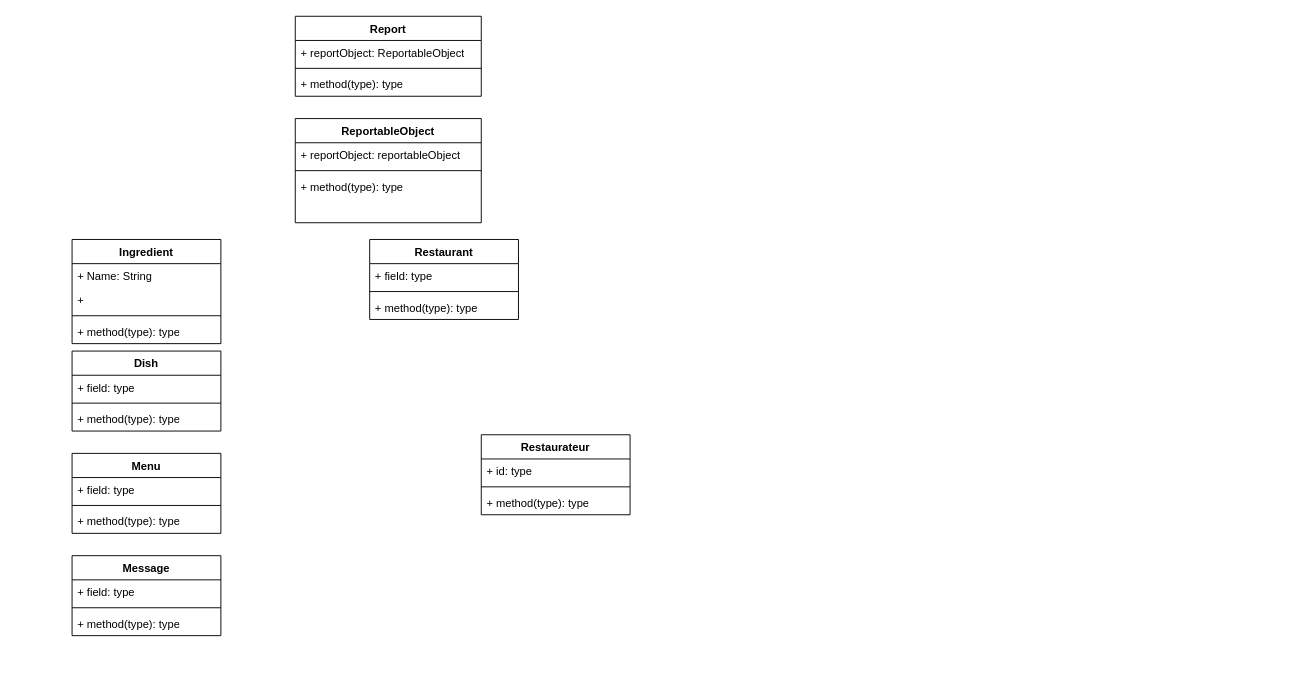
This is 3 Design/Class Diagram - Add dish.drawio from CristianaGiustiniani/ProgettoISPW, a draw.io file, before an edit. Source tidied: cells renumbered, new cells numbered last; positions are measured from the earlier drawing's top-left corner, leaving out a move shared by most shapes. Both pictures are drawn from the tidied source at 93%, with x=0, y=0 at pixel (72, 16).
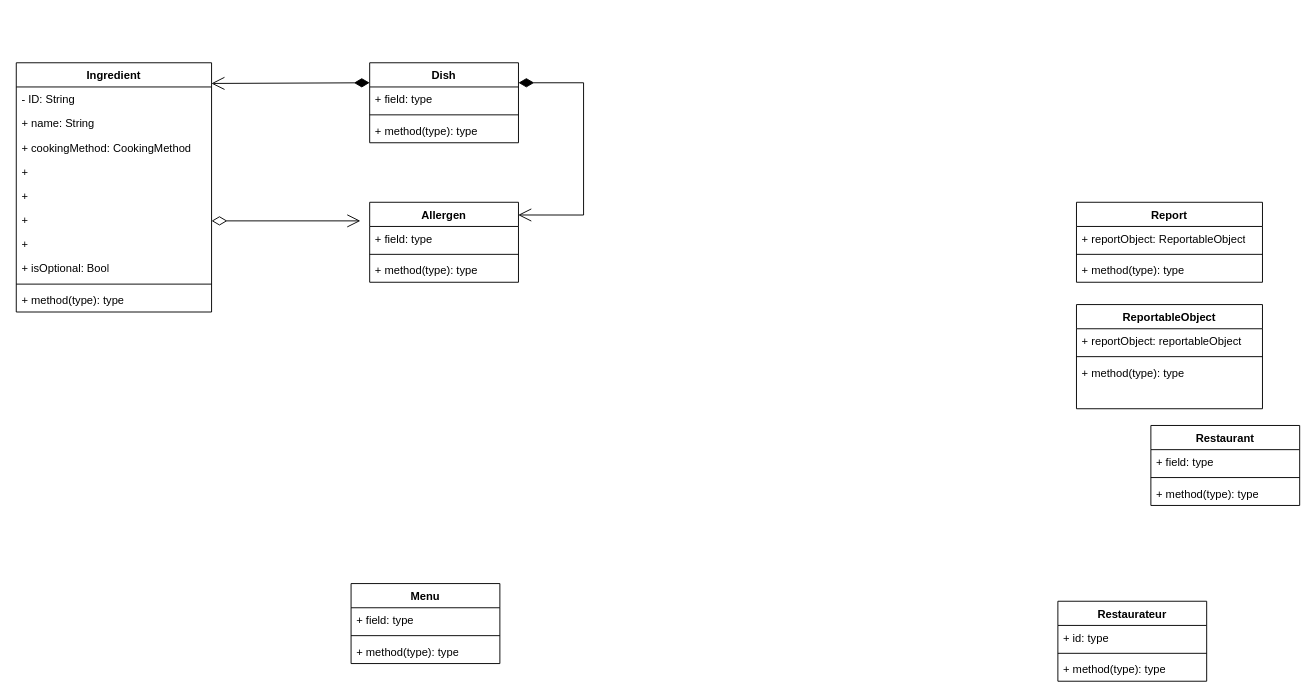
Above is the later version.

What changed in the source:
```diff
@@
     <mxCell id="2" value="Restaurant" style="swimlane;fontStyle=1;align=center;verticalAlign=top;horizontal=1;startSize=26;whiteSpace=wrap;html=1;" parent="1" vertex="1">
-      <mxGeometry x="320" y="240" width="160" height="86" as="geometry" />
+      <mxGeometry x="1160" y="440" width="160" height="86" as="geometry" />
     </mxCell>
@@
     <mxCell id="6" value="Ingredient" style="swimlane;fontStyle=1;align=center;verticalAlign=top;horizontal=1;startSize=26;whiteSpace=wrap;html=1;" parent="1" vertex="1">
-      <mxGeometry y="240" width="160" height="112" as="geometry" />
+      <mxGeometry x="-60" y="50" width="210" height="268" as="geometry" />
     </mxCell>
-    <mxCell id="7" value="+ Name: String" style="text;strokeColor=none;fillColor=none;align=left;verticalAlign=top;spacingLeft=4;spacingRight=4;overflow=hidden;whiteSpace=wrap;html=1;" parent="6" vertex="1">
-      <mxGeometry y="26" width="160" height="26" as="geometry" />
+    <mxCell id="7" value="- ID: String" style="text;strokeColor=none;fillColor=none;align=left;verticalAlign=top;spacingLeft=4;spacingRight=4;overflow=hidden;whiteSpace=wrap;html=1;" parent="6" vertex="1">
+      <mxGeometry y="26" width="210" height="26" as="geometry" />
     </mxCell>
-    <mxCell id="8" value="+" style="text;strokeColor=none;fillColor=none;align=left;verticalAlign=top;spacingLeft=4;spacingRight=4;overflow=hidden;whiteSpace=wrap;html=1;" parent="6" vertex="1">
-      <mxGeometry y="52" width="160" height="26" as="geometry" />
+    <mxCell id="8" value="+ name: String" style="text;strokeColor=none;fillColor=none;align=left;verticalAlign=top;spacingLeft=4;spacingRight=4;overflow=hidden;whiteSpace=wrap;html=1;" parent="6" vertex="1">
+      <mxGeometry y="52" width="210" height="26" as="geometry" />
     </mxCell>
+    <mxCell id="36" value="+ cookingMethod: CookingMethod" style="text;strokeColor=none;fillColor=none;align=left;verticalAlign=top;spacingLeft=4;spacingRight=4;overflow=hidden;whiteSpace=wrap;html=1;" parent="6" vertex="1">
+      <mxGeometry y="78" width="210" height="26" as="geometry" />
+    </mxCell>
+    <mxCell id="37" value="+&amp;nbsp;" style="text;strokeColor=none;fillColor=none;align=left;verticalAlign=top;spacingLeft=4;spacingRight=4;overflow=hidden;whiteSpace=wrap;html=1;" parent="6" vertex="1">
+      <mxGeometry y="104" width="210" height="26" as="geometry" />
+    </mxCell>
+    <mxCell id="38" value="+" style="text;strokeColor=none;fillColor=none;align=left;verticalAlign=top;spacingLeft=4;spacingRight=4;overflow=hidden;whiteSpace=wrap;html=1;" parent="6" vertex="1">
+      <mxGeometry y="130" width="210" height="26" as="geometry" />
+    </mxCell>
+    <mxCell id="39" value="+" style="text;strokeColor=none;fillColor=none;align=left;verticalAlign=top;spacingLeft=4;spacingRight=4;overflow=hidden;whiteSpace=wrap;html=1;" parent="6" vertex="1">
+      <mxGeometry y="156" width="210" height="26" as="geometry" />
+    </mxCell>
+    <mxCell id="40" value="+" style="text;strokeColor=none;fillColor=none;align=left;verticalAlign=top;spacingLeft=4;spacingRight=4;overflow=hidden;whiteSpace=wrap;html=1;" parent="6" vertex="1">
+      <mxGeometry y="182" width="210" height="26" as="geometry" />
+    </mxCell>
+    <mxCell id="41" value="+ isOptional: Bool" style="text;strokeColor=none;fillColor=none;align=left;verticalAlign=top;spacingLeft=4;spacingRight=4;overflow=hidden;whiteSpace=wrap;html=1;" parent="6" vertex="1">
+      <mxGeometry y="208" width="210" height="26" as="geometry" />
+    </mxCell>
     <mxCell id="9" style="line;strokeWidth=1;fillColor=none;align=left;verticalAlign=middle;spacingTop=-1;spacingLeft=3;spacingRight=3;labelPosition=right;strokeColor=inherit;" parent="6" vertex="1">
-      <mxGeometry y="78" width="160" height="8" as="geometry" />
+      <mxGeometry y="234" width="210" height="8" as="geometry" />
     </mxCell>
     <mxCell id="10" value="+ method(type): type" style="text;strokeColor=none;fillColor=none;align=left;verticalAlign=top;spacingLeft=4;spacingRight=4;overflow=hidden;whiteSpace=wrap;html=1;" parent="6" vertex="1">
-      <mxGeometry y="86" width="160" height="26" as="geometry" />
+      <mxGeometry y="242" width="210" height="26" as="geometry" />
     </mxCell>
     <mxCell id="11" value="Menu" style="swimlane;fontStyle=1;align=center;verticalAlign=top;horizontal=1;startSize=26;whiteSpace=wrap;html=1;" parent="1" vertex="1">
-      <mxGeometry y="470" width="160" height="86" as="geometry" />
+      <mxGeometry x="300" y="610" width="160" height="86" as="geometry" />
     </mxCell>
@@
     <mxCell id="15" value="Dish" style="swimlane;fontStyle=1;align=center;verticalAlign=top;horizontal=1;startSize=26;whiteSpace=wrap;html=1;" parent="1" vertex="1">
-      <mxGeometry y="360" width="160" height="86" as="geometry" />
+      <mxGeometry x="320" y="50" width="160" height="86" as="geometry" />
     </mxCell>
@@
-    <mxCell id="19" value="Message" style="swimlane;fontStyle=1;align=center;verticalAlign=top;horizontal=1;startSize=26;whiteSpace=wrap;html=1;" parent="1" vertex="1">
-      <mxGeometry y="580" width="160" height="86" as="geometry" />
+    <mxCell id="19" value="Allergen" style="swimlane;fontStyle=1;align=center;verticalAlign=top;horizontal=1;startSize=26;whiteSpace=wrap;html=1;" parent="1" vertex="1">
+      <mxGeometry x="320" y="200" width="160" height="86" as="geometry" />
     </mxCell>
@@
     <mxCell id="23" value="ReportableObject" style="swimlane;fontStyle=1;align=center;verticalAlign=top;horizontal=1;startSize=26;whiteSpace=wrap;html=1;" parent="1" vertex="1">
-      <mxGeometry x="240" y="110" width="200" height="112" as="geometry" />
+      <mxGeometry x="1080" y="310" width="200" height="112" as="geometry" />
     </mxCell>
@@
     <mxCell id="28" value="Report" style="swimlane;fontStyle=1;align=center;verticalAlign=top;horizontal=1;startSize=26;whiteSpace=wrap;html=1;" parent="1" vertex="1">
-      <mxGeometry x="240" width="200" height="86" as="geometry" />
+      <mxGeometry x="1080" y="200" width="200" height="86" as="geometry" />
     </mxCell>
@@
     <mxCell id="32" value="Restaurateur" style="swimlane;fontStyle=1;align=center;verticalAlign=top;horizontal=1;startSize=26;whiteSpace=wrap;html=1;" parent="1" vertex="1">
-      <mxGeometry x="440" y="450" width="160" height="86" as="geometry" />
+      <mxGeometry x="1060" y="629" width="160" height="86" as="geometry" />
     </mxCell>
@@
+    <mxCell id="42" style="endArrow=open;html=1;endSize=12;startArrow=diamondThin;startSize=14;startFill=1;edgeStyle=orthogonalEdgeStyle;align=left;verticalAlign=bottom;rounded=0;elbow=vertical;exitX=1;exitY=0.25;exitDx=0;exitDy=0;entryX=0.998;entryY=0.159;entryDx=0;entryDy=0;entryPerimeter=0;" parent="1" edge="1" source="15" target="19">
+      <mxGeometry x="-1" y="3" relative="1" as="geometry">
+        <Array as="points">
+          <mxPoint x="550" y="72" />
+          <mxPoint x="550" y="214" />
+        </Array>
+      </mxGeometry>
+    </mxCell>
+    <mxCell id="43" style="endArrow=open;html=1;endSize=12;startArrow=diamondThin;startSize=14;startFill=0;edgeStyle=orthogonalEdgeStyle;align=left;verticalAlign=bottom;rounded=0;" parent="1" edge="1">
+      <mxGeometry x="-1" y="3" relative="1" as="geometry">
+        <mxPoint x="150" y="220" as="sourcePoint" />
+        <mxPoint x="310" y="220" as="targetPoint" />
+      </mxGeometry>
+    </mxCell>
+    <mxCell id="44" style="endArrow=open;html=1;endSize=12;startArrow=diamondThin;startSize=14;startFill=1;align=left;verticalAlign=bottom;rounded=0;exitX=0;exitY=0.25;exitDx=0;exitDy=0;entryX=0.999;entryY=0.083;entryDx=0;entryDy=0;entryPerimeter=0;" parent="1" edge="1" source="15" target="6">
+      <mxGeometry x="-1" y="3" relative="1" as="geometry" />
+    </mxCell>
```
